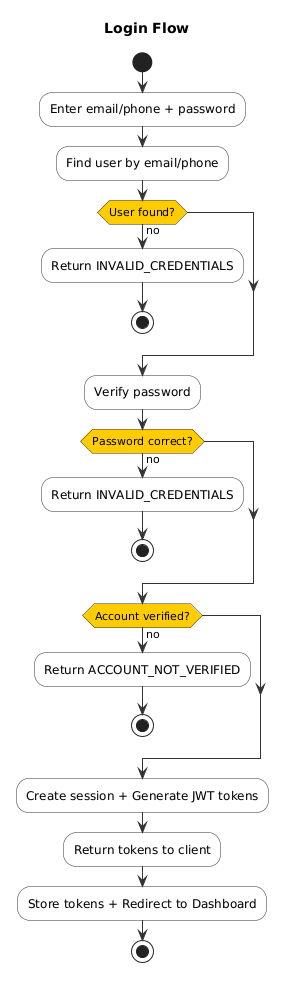
Before: modules/auth/images/activity/login-activity.png, a diagram exported from PlantUML (namnh240795/document).
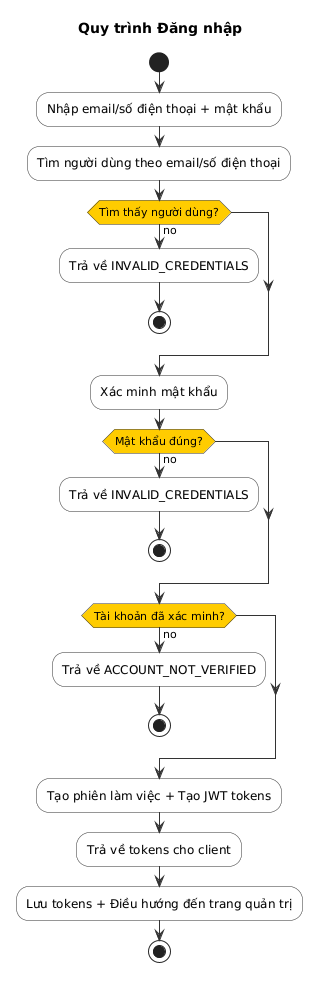
After the change.

The edit, as a diff of the source:
```diff
@@ -8,36 +8,36 @@
   DiamondBorderColor #333333
 }
 
-title Login Flow
+title Quy trình Đăng nhập
 
 start
 
-:Enter email/phone + password;
+:Nhập email/số điện thoại + mật khẩu;
 
-:Find user by email/phone;
+:Tìm người dùng theo email/số điện thoại;
 
-if (User found?) then (no)
-  :Return INVALID_CREDENTIALS;
+if (Tìm thấy người dùng?) then (no)
+  :Trả về INVALID_CREDENTIALS;
   stop
 endif
 
-:Verify password;
+:Xác minh mật khẩu;
 
-if (Password correct?) then (no)
-  :Return INVALID_CREDENTIALS;
+if (Mật khẩu đúng?) then (no)
+  :Trả về INVALID_CREDENTIALS;
   stop
 endif
 
-if (Account verified?) then (no)
-  :Return ACCOUNT_NOT_VERIFIED;
+if (Tài khoản đã xác minh?) then (no)
+  :Trả về ACCOUNT_NOT_VERIFIED;
   stop
 endif
 
-:Create session + Generate JWT tokens;
+:Tạo phiên làm việc + Tạo JWT tokens;
 
-:Return tokens to client;
+:Trả về tokens cho client;
 
-:Store tokens + Redirect to Dashboard;
+:Lưu tokens + Điều hướng đến trang quản trị;
 
 stop
 
```
